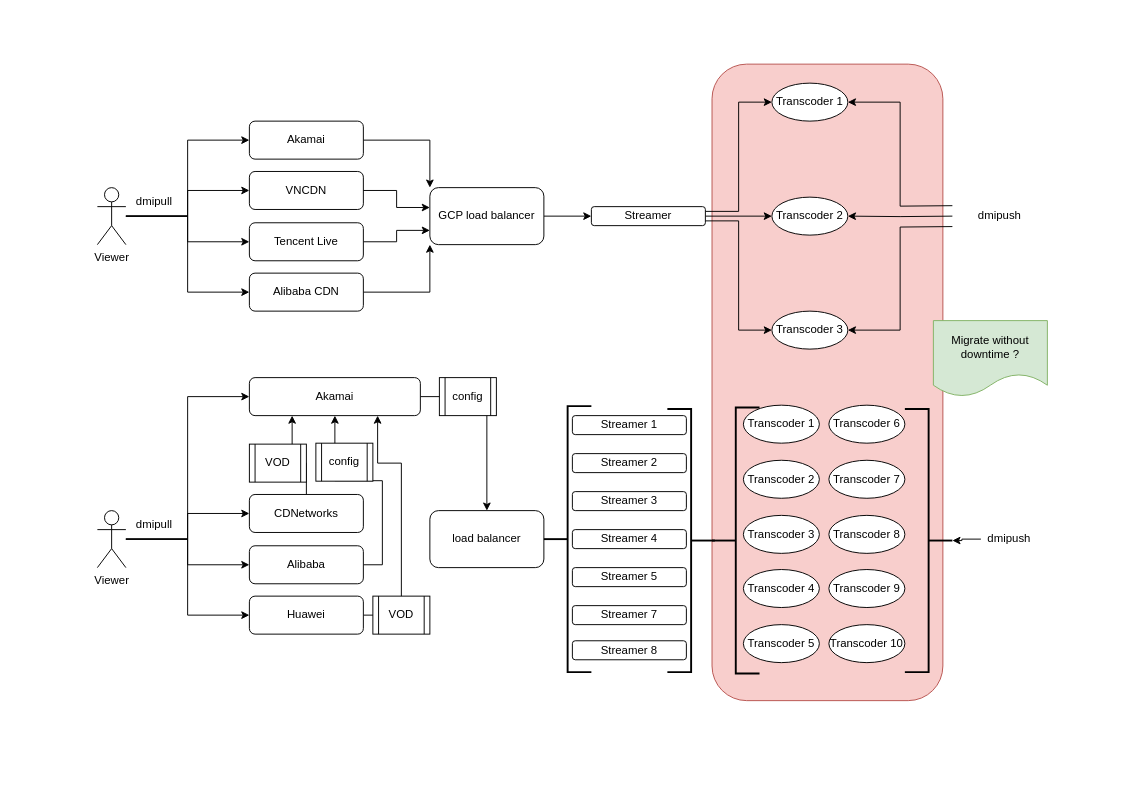
This is page "transcoder_streamer" (1 of 2) of Mlytics_DMI.drawio from Cadmus-design/Diagrams, a draw.io file, before an edit. Source tidied: cells renumbered, new cells numbered last; positions are measured from the earlier drawing's top-left corner, leaving out a move shared by most shapes. Both pictures are drawn from the tidied source at 95%, with x=0, y=0 at pixel (97, 64).
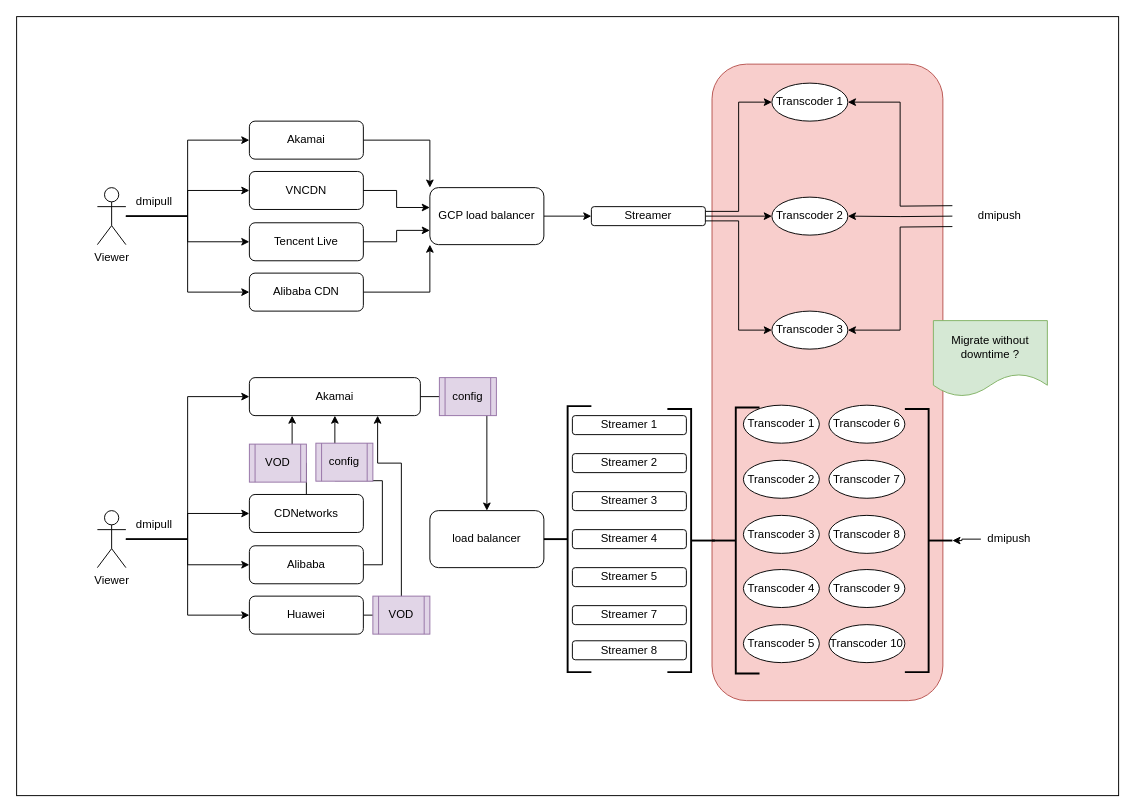
After the change.

The edit, as a diff of the source:
```diff
@@
+    <mxCell id="73" style="rounded=0;whiteSpace=wrap;html=1;" parent="1" vertex="1">
+      <mxGeometry x="-85" y="-50" width="1160" height="820" as="geometry" />
+    </mxCell>
@@
-    <mxCell id="63" value="config" style="shape=process;whiteSpace=wrap;html=1;backgroundOutline=1;" parent="1" vertex="1">
+    <mxCell id="63" value="config" style="shape=process;whiteSpace=wrap;html=1;backgroundOutline=1;fillColor=#e1d5e7;strokeColor=#9673a6;" parent="1" vertex="1">
       <mxGeometry x="360" y="330" width="60" height="40" as="geometry" />
     </mxCell>
@@
-    <mxCell id="69" value="VOD" style="shape=process;whiteSpace=wrap;html=1;backgroundOutline=1;" parent="1" vertex="1">
+    <mxCell id="69" value="VOD" style="shape=process;whiteSpace=wrap;html=1;backgroundOutline=1;fillColor=#e1d5e7;strokeColor=#9673a6;" parent="1" vertex="1">
       <mxGeometry x="290" y="560" width="60" height="40" as="geometry" />
     </mxCell>
-    <mxCell id="70" value="VOD" style="shape=process;whiteSpace=wrap;html=1;backgroundOutline=1;" parent="1" vertex="1">
+    <mxCell id="70" value="VOD" style="shape=process;whiteSpace=wrap;html=1;backgroundOutline=1;fillColor=#e1d5e7;strokeColor=#9673a6;" parent="1" vertex="1">
       <mxGeometry x="160" y="400" width="60" height="40" as="geometry" />
     </mxCell>
-    <mxCell id="71" value="config" style="shape=process;whiteSpace=wrap;html=1;backgroundOutline=1;" parent="1" vertex="1">
+    <mxCell id="71" value="config" style="shape=process;whiteSpace=wrap;html=1;backgroundOutline=1;fillColor=#e1d5e7;strokeColor=#9673a6;" parent="1" vertex="1">
       <mxGeometry x="230" y="399" width="60" height="40" as="geometry" />
     </mxCell>
```
